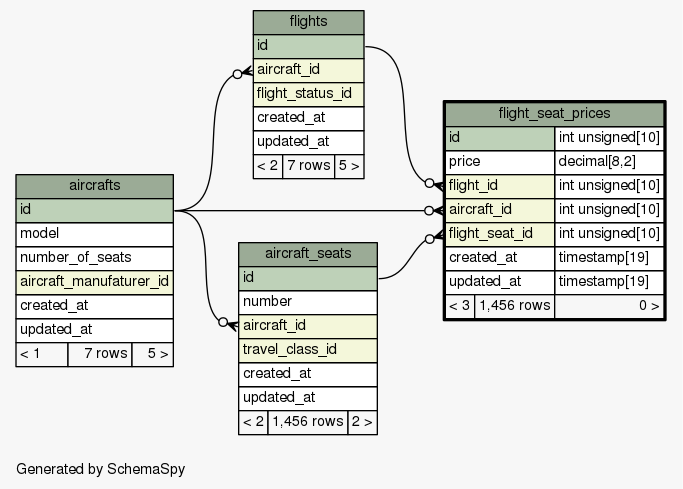
Before: web/app/database/schema/diagrams/flight_seat_prices.1degree.png, a diagram exported from Graphviz (joaonzangoII/flightbookingsystem). Its source is kept beside it as web/app/database/schema/diagrams/flight_seat_prices.1degree.dot.
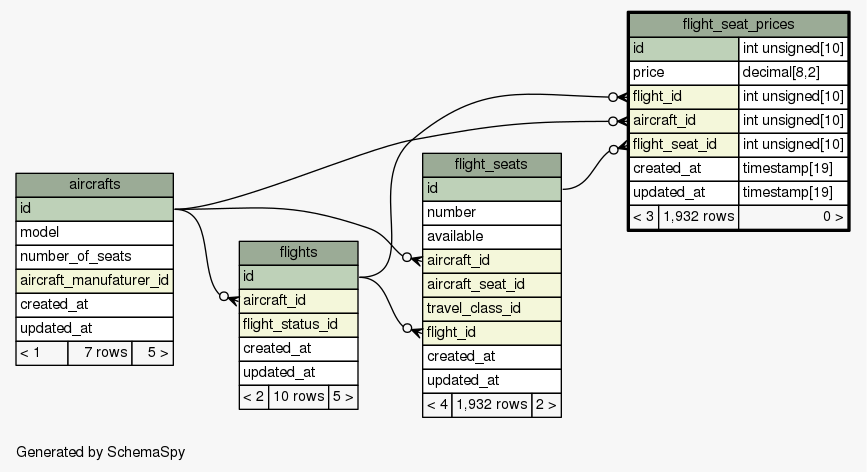
After the change.

Change to the diagram source:
```diff
@@ -17,26 +17,12 @@
   edge [
     arrowsize="0.8"
   ];
-  "aircraft_seats":"aircraft_id":w -> "aircrafts":"id":e [arrowhead=none dir=back arrowtail=crowodot];
   "flight_seat_prices":"aircraft_id":w -> "aircrafts":"id":e [arrowhead=none dir=back arrowtail=crowodot];
   "flight_seat_prices":"flight_id":w -> "flights":"id":e [arrowhead=none dir=back arrowtail=crowodot];
-  "flight_seat_prices":"flight_seat_id":w -> "aircraft_seats":"id":e [arrowhead=none dir=back arrowtail=crowodot];
+  "flight_seat_prices":"flight_seat_id":w -> "flight_seats":"id":e [arrowhead=none dir=back arrowtail=crowodot];
+  "flight_seats":"aircraft_id":w -> "aircrafts":"id":e [arrowhead=none dir=back arrowtail=crowodot];
+  "flight_seats":"flight_id":w -> "flights":"id":e [arrowhead=none dir=back arrowtail=crowodot];
   "flights":"aircraft_id":w -> "aircrafts":"id":e [arrowhead=none dir=back arrowtail=crowodot];
-  "aircraft_seats" [
-    label=<
-    <TABLE BORDER="0" CELLBORDER="1" CELLSPACING="0" BGCOLOR="#ffffff">
-      <TR><TD COLSPAN="3" BGCOLOR="#9bab96" ALIGN="CENTER">aircraft_seats</TD></TR>
-      <TR><TD PORT="id" COLSPAN="3" BGCOLOR="#bed1b8" ALIGN="LEFT">id</TD></TR>
-      <TR><TD PORT="number" COLSPAN="3" ALIGN="LEFT">number</TD></TR>
-      <TR><TD PORT="aircraft_id" COLSPAN="3" BGCOLOR="#f4f7da" ALIGN="LEFT">aircraft_id</TD></TR>
-      <TR><TD PORT="travel_class_id" COLSPAN="3" BGCOLOR="#f4f7da" ALIGN="LEFT">travel_class_id</TD></TR>
-      <TR><TD PORT="created_at" COLSPAN="3" ALIGN="LEFT">created_at</TD></TR>
-      <TR><TD PORT="updated_at" COLSPAN="3" ALIGN="LEFT">updated_at</TD></TR>
-      <TR><TD ALIGN="LEFT" BGCOLOR="#f7f7f7">&lt; 2</TD><TD ALIGN="RIGHT" BGCOLOR="#f7f7f7">1,456 rows</TD><TD ALIGN="RIGHT" BGCOLOR="#f7f7f7">2 &gt;</TD></TR>
-    </TABLE>>
-    URL="aircraft_seats.html"
-    tooltip="aircraft_seats"
-  ];
   "aircrafts" [
     label=<
     <TABLE BORDER="0" CELLBORDER="1" CELLSPACING="0" BGCOLOR="#ffffff">
@@ -63,10 +49,28 @@
       <TR><TD PORT="flight_seat_id" COLSPAN="2" BGCOLOR="#f4f7da" ALIGN="LEFT">flight_seat_id</TD><TD PORT="flight_seat_id.type" ALIGN="LEFT">int unsigned[10]</TD></TR>
       <TR><TD PORT="created_at" COLSPAN="2" ALIGN="LEFT">created_at</TD><TD PORT="created_at.type" ALIGN="LEFT">timestamp[19]</TD></TR>
       <TR><TD PORT="updated_at" COLSPAN="2" ALIGN="LEFT">updated_at</TD><TD PORT="updated_at.type" ALIGN="LEFT">timestamp[19]</TD></TR>
-      <TR><TD ALIGN="LEFT" BGCOLOR="#f7f7f7">&lt; 3</TD><TD ALIGN="RIGHT" BGCOLOR="#f7f7f7">1,456 rows</TD><TD ALIGN="RIGHT" BGCOLOR="#f7f7f7">0 &gt;</TD></TR>
+      <TR><TD ALIGN="LEFT" BGCOLOR="#f7f7f7">&lt; 3</TD><TD ALIGN="RIGHT" BGCOLOR="#f7f7f7">1,932 rows</TD><TD ALIGN="RIGHT" BGCOLOR="#f7f7f7">0 &gt;</TD></TR>
     </TABLE>>
     URL="flight_seat_prices.html"
     tooltip="flight_seat_prices"
+  ];
+  "flight_seats" [
+    label=<
+    <TABLE BORDER="0" CELLBORDER="1" CELLSPACING="0" BGCOLOR="#ffffff">
+      <TR><TD COLSPAN="3" BGCOLOR="#9bab96" ALIGN="CENTER">flight_seats</TD></TR>
+      <TR><TD PORT="id" COLSPAN="3" BGCOLOR="#bed1b8" ALIGN="LEFT">id</TD></TR>
+      <TR><TD PORT="number" COLSPAN="3" ALIGN="LEFT">number</TD></TR>
+      <TR><TD PORT="available" COLSPAN="3" ALIGN="LEFT">available</TD></TR>
+      <TR><TD PORT="aircraft_id" COLSPAN="3" BGCOLOR="#f4f7da" ALIGN="LEFT">aircraft_id</TD></TR>
+      <TR><TD PORT="aircraft_seat_id" COLSPAN="3" BGCOLOR="#f4f7da" ALIGN="LEFT">aircraft_seat_id</TD></TR>
+      <TR><TD PORT="travel_class_id" COLSPAN="3" BGCOLOR="#f4f7da" ALIGN="LEFT">travel_class_id</TD></TR>
+      <TR><TD PORT="flight_id" COLSPAN="3" BGCOLOR="#f4f7da" ALIGN="LEFT">flight_id</TD></TR>
+      <TR><TD PORT="created_at" COLSPAN="3" ALIGN="LEFT">created_at</TD></TR>
+      <TR><TD PORT="updated_at" COLSPAN="3" ALIGN="LEFT">updated_at</TD></TR>
+      <TR><TD ALIGN="LEFT" BGCOLOR="#f7f7f7">&lt; 4</TD><TD ALIGN="RIGHT" BGCOLOR="#f7f7f7">1,932 rows</TD><TD ALIGN="RIGHT" BGCOLOR="#f7f7f7">2 &gt;</TD></TR>
+    </TABLE>>
+    URL="flight_seats.html"
+    tooltip="flight_seats"
   ];
   "flights" [
     label=<
@@ -77,7 +81,7 @@
       <TR><TD PORT="flight_status_id" COLSPAN="3" BGCOLOR="#f4f7da" ALIGN="LEFT">flight_status_id</TD></TR>
       <TR><TD PORT="created_at" COLSPAN="3" ALIGN="LEFT">created_at</TD></TR>
       <TR><TD PORT="updated_at" COLSPAN="3" ALIGN="LEFT">updated_at</TD></TR>
-      <TR><TD ALIGN="LEFT" BGCOLOR="#f7f7f7">&lt; 2</TD><TD ALIGN="RIGHT" BGCOLOR="#f7f7f7">7 rows</TD><TD ALIGN="RIGHT" BGCOLOR="#f7f7f7">5 &gt;</TD></TR>
+      <TR><TD ALIGN="LEFT" BGCOLOR="#f7f7f7">&lt; 2</TD><TD ALIGN="RIGHT" BGCOLOR="#f7f7f7">10 rows</TD><TD ALIGN="RIGHT" BGCOLOR="#f7f7f7">5 &gt;</TD></TR>
     </TABLE>>
     URL="flights.html"
     tooltip="flights"
```
